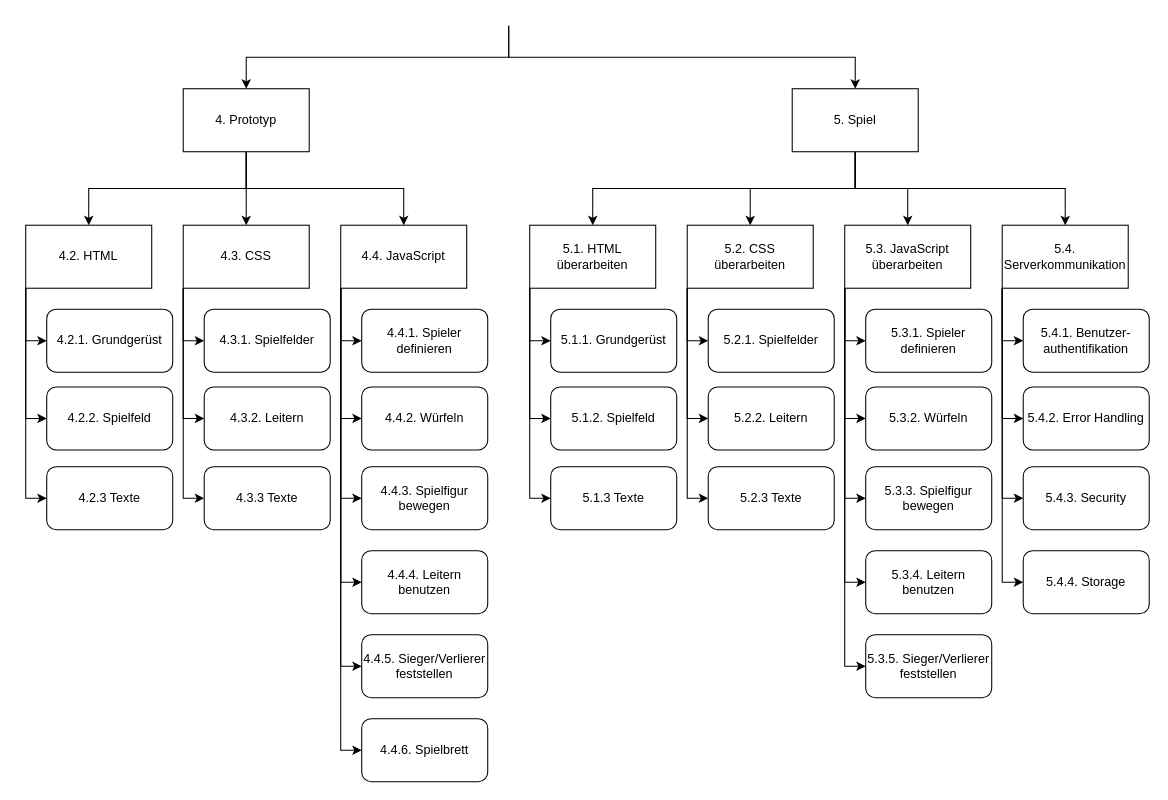
The draw.io diagram documents/PSP_ergaenzung.drawio in anna-staub/leiterlispiel, before the edit. Source tidied: cells renumbered, new cells numbered last; positions are measured from the earlier drawing's top-left corner, leaving out a move shared by most shapes. Both pictures are drawn from the tidied source at 105%, with x=0, y=0 at pixel (25, 25).
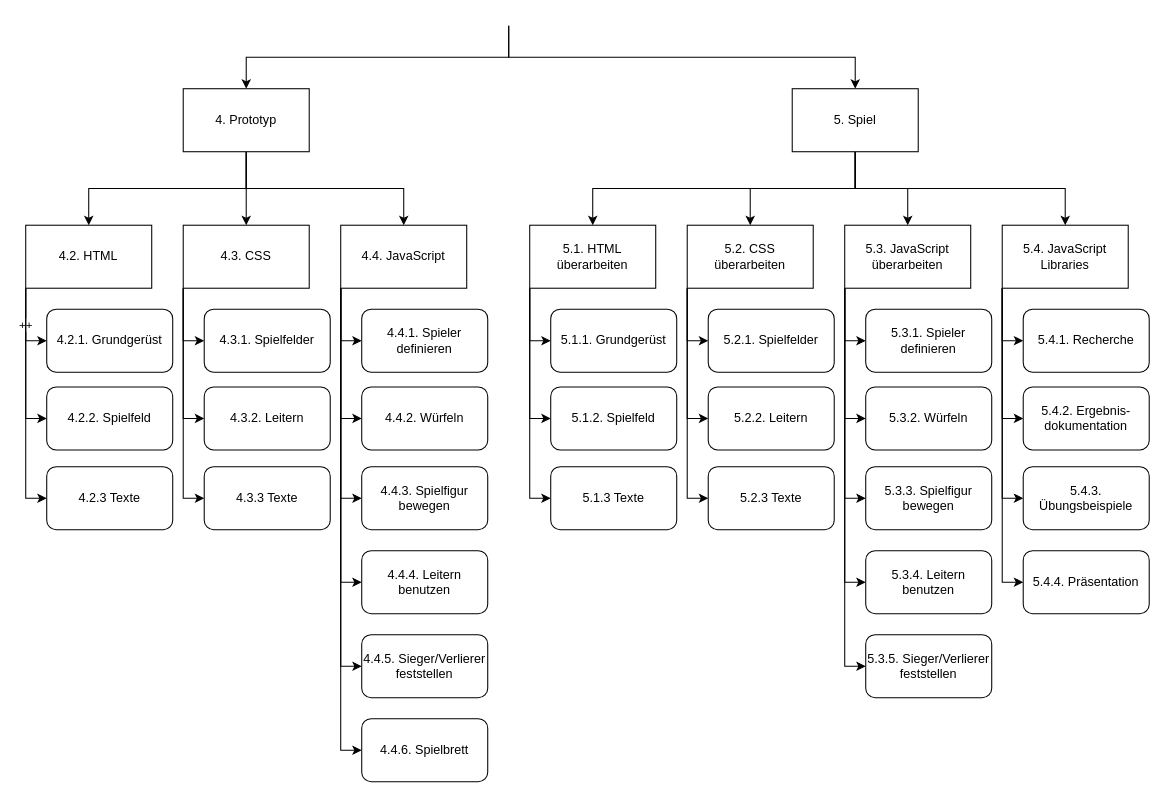
The same diagram, later.

Commit message (it also covers changes not shown here):
update PSP-Ergänzung

The change refers to these unchanged cells:
```xml
<mxCell id="5" value="4.2. HTML" style="rounded=0;whiteSpace=wrap;html=1;" parent="1" vertex="1">
  <mxGeometry y="190" width="120" height="60" as="geometry" />
</mxCell>
<mxCell id="17" value="4.2.1. Grundgerüst" style="rounded=1;whiteSpace=wrap;html=1;" parent="1" vertex="1">
  <mxGeometry x="20" y="270" width="120" height="60" as="geometry" />
</mxCell>
```

The edit, as a diff of the source:
```diff
@@
-    <mxCell id="2" style="edgeStyle=orthogonalEdgeStyle;rounded=0;jettySize=auto;html=1;exitX=0;exitY=1;exitDx=0;exitDy=0;entryX=0;entryY=0.5;entryDx=0;entryDy=0;" parent="1" edge="1" source="5" target="17">
+    <mxCell id="2" value="++" style="edgeStyle=orthogonalEdgeStyle;rounded=0;jettySize=auto;html=1;exitX=0;exitY=1;exitDx=0;exitDy=0;entryX=0;entryY=0.5;entryDx=0;entryDy=0;" parent="1" edge="1" source="5" target="17">
       <mxGeometry relative="1" as="geometry" />
     </mxCell>
@@
-    <mxCell id="69" value="5.4. Serverkommunikation" style="rounded=0;whiteSpace=wrap;html=1;" parent="1" vertex="1">
+    <mxCell id="69" value="5.4. JavaScript Libraries" style="rounded=0;whiteSpace=wrap;html=1;" parent="1" vertex="1">
       <mxGeometry x="930" y="190" width="120" height="60" as="geometry" />
     </mxCell>
-    <mxCell id="70" value="5.4.1. Benutzer-authentifikation" style="rounded=1;whiteSpace=wrap;html=1;" parent="1" vertex="1">
+    <mxCell id="70" value="5.4.1. Recherche" style="rounded=1;whiteSpace=wrap;html=1;" parent="1" vertex="1">
       <mxGeometry x="950" y="270" width="120" height="60" as="geometry" />
     </mxCell>
-    <mxCell id="71" value="5.4.2. Error Handling" style="rounded=1;whiteSpace=wrap;html=1;" parent="1" vertex="1">
+    <mxCell id="71" value="5.4.2. Ergebnis-dokumentation" style="rounded=1;whiteSpace=wrap;html=1;" parent="1" vertex="1">
       <mxGeometry x="950" y="344" width="120" height="60" as="geometry" />
     </mxCell>
-    <mxCell id="72" value="5.4.3. Security" style="rounded=1;whiteSpace=wrap;html=1;" parent="1" vertex="1">
+    <mxCell id="72" value="5.4.3. Übungsbeispiele" style="rounded=1;whiteSpace=wrap;html=1;" parent="1" vertex="1">
       <mxGeometry x="950" y="420" width="120" height="60" as="geometry" />
     </mxCell>
-    <mxCell id="73" value="5.4.4. Storage" style="rounded=1;whiteSpace=wrap;html=1;" parent="1" vertex="1">
+    <mxCell id="73" value="5.4.4. Präsentation" style="rounded=1;whiteSpace=wrap;html=1;" parent="1" vertex="1">
       <mxGeometry x="950" y="500" width="120" height="60" as="geometry" />
     </mxCell>
```
